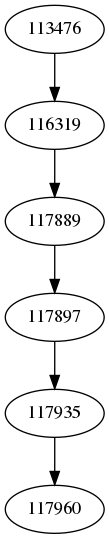
The Graphviz diagram Projeto_2/CaminhoCritico.dot.png in joaoadm94/tag-2019-2, before a commit. Its source is kept beside it as Projeto_2/CaminhoCritico.dot. Its diagram source:
```dot
digraph CaminhoCritico {
"117935" -> "117960";
"117897" -> "117935";
"117889" -> "117897";
"116319" -> "117889";
"113476" -> "116319";

}
```
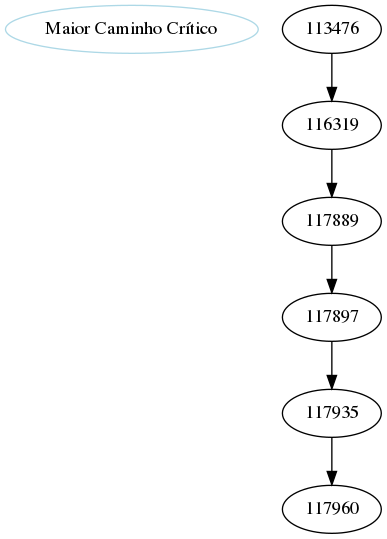
Later version of the same file.

Diff of the diagram source:
```diff
@@ -1,4 +1,5 @@
 digraph CaminhoCritico {
+ c [color=lightblue, label="Maior Caminho Crítico"];
 "117935" -> "117960";
 "117897" -> "117935";
 "117889" -> "117897";
```
